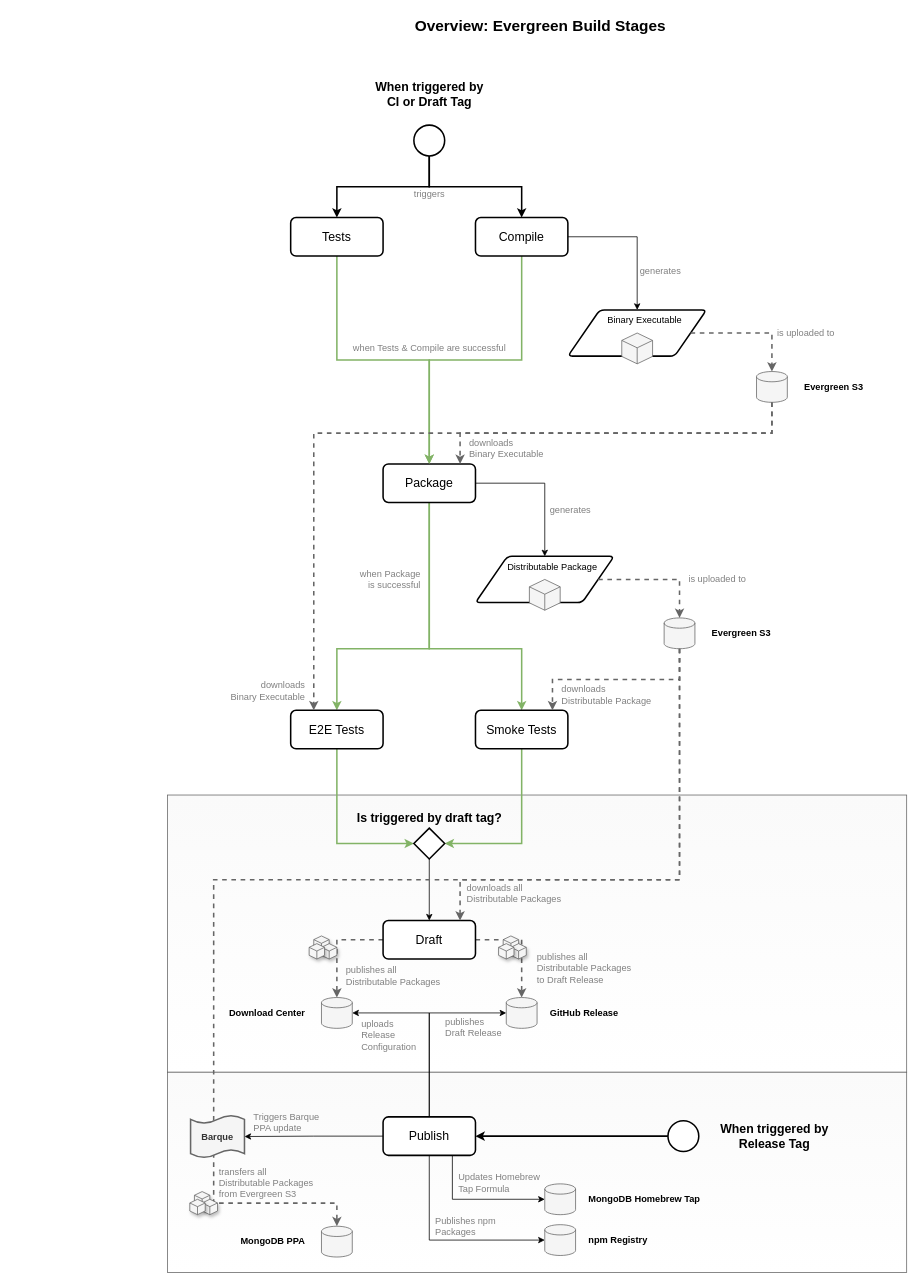
This is page "Evergreen Flow" (1 of 2) of packages/build/build-diagrams.drawio from mongodb-js/mongosh, a draw.io file, before an edit. Source tidied: cells renumbered, new cells numbered last; positions are measured from the earlier drawing's top-left corner, leaving out a move shared by most shapes. Both pictures are drawn from the tidied source at 77%, with x=0, y=0 at pixel (167, 13).
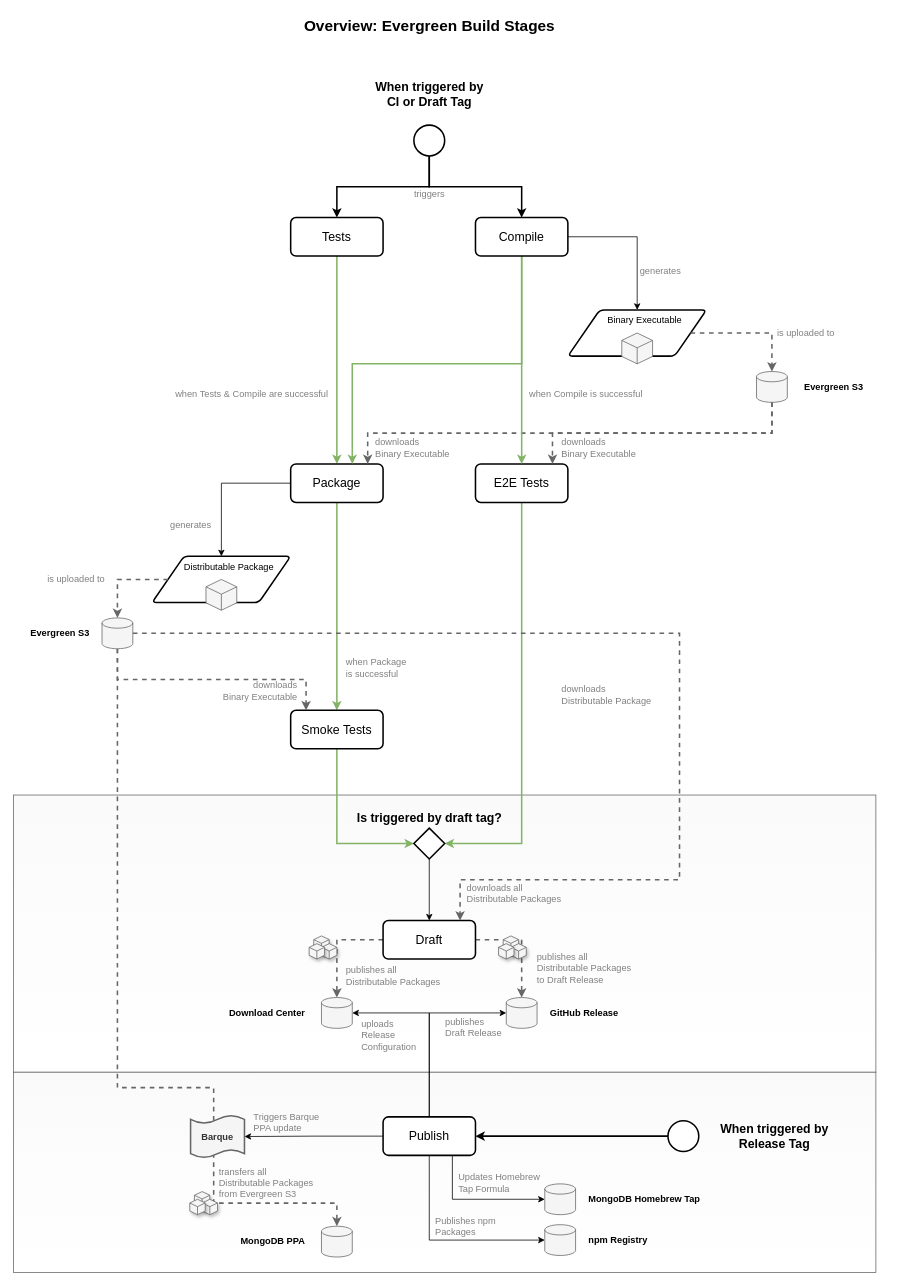
The same diagram, later.

Commit message (it also covers changes not shown here):
chore(build): add explicit E2E stage for all platforms

Unchanged cells that the change refers to:
```xml
<mxCell id="30" style="strokeWidth=2;html=1;shape=mxgraph.flowchart.decision;whiteSpace=wrap;fontSize=16;align=center;" parent="1" vertex="1">
  <mxGeometry x="320" y="1058" width="40" height="40" as="geometry" />
</mxCell>
<mxCell id="35" value="&amp;nbsp; &amp;nbsp; &amp;nbsp; Distributable Package" style="shape=parallelogram;html=1;strokeWidth=2;perimeter=parallelogramPerimeter;whiteSpace=wrap;rounded=1;arcSize=12;size=0.23;verticalAlign=top;align=center;" parent="34" vertex="1">
  <mxGeometry x="-10" width="180" height="60" as="geometry" />
</mxCell>
<mxCell id="44" style="strokeWidth=1;html=1;shape=mxgraph.flowchart.database;whiteSpace=wrap;fontSize=16;align=center;fillColor=#f5f5f5;strokeColor=#666666;fontColor=#333333;" parent="43" vertex="1">
  <mxGeometry x="25" y="30" width="40" height="40" as="geometry" />
</mxCell>
<mxCell id="47" value="&lt;span style=&quot;font-size: 16px;&quot;&gt;Compile&lt;/span&gt;" style="rounded=1;whiteSpace=wrap;html=1;absoluteArcSize=1;arcSize=14;strokeWidth=2;fontStyle=0;fontSize=16;" parent="1" vertex="1">
  <mxGeometry x="400" y="265" width="120" height="50" as="geometry" />
</mxCell>
<mxCell id="71" style="strokeWidth=1;html=1;shape=mxgraph.flowchart.database;whiteSpace=wrap;fontSize=16;align=center;fillColor=#f5f5f5;strokeColor=#666666;fontColor=#333333;" parent="69" vertex="1">
  <mxGeometry x="130" width="40" height="40" as="geometry" />
</mxCell>
```

What changed in the source:
```diff
@@
     <mxCell id="2" style="rounded=0;whiteSpace=wrap;html=1;shadow=0;strokeWidth=1;fontSize=16;align=right;glass=0;strokeColor=#666666;fontColor=#333333;fillColor=#FAFAFA;gradientColor=#ffffff;" parent="1" vertex="1">
-      <mxGeometry y="1015" width="960" height="360" as="geometry" />
+      <mxGeometry x="-200" y="1015" width="1120" height="360" as="geometry" />
     </mxCell>
     <mxCell id="3" style="rounded=0;whiteSpace=wrap;html=1;shadow=0;strokeWidth=1;fontSize=16;align=right;glass=0;strokeColor=#666666;fontColor=#333333;fillColor=#FAFAFA;gradientColor=#ffffff;" parent="1" vertex="1">
-      <mxGeometry y="1375" width="960" height="260" as="geometry" />
+      <mxGeometry x="-200" y="1375" width="1120" height="260" as="geometry" />
     </mxCell>
@@
     <mxCell id="8" style="edgeStyle=orthogonalEdgeStyle;rounded=0;jettySize=auto;html=1;fontSize=16;" parent="1" edge="1" source="11" target="35">
       <mxGeometry relative="1" as="geometry">
         <Array as="points">
-          <mxPoint x="490" y="610" />
+          <mxPoint x="70" y="610" />
         </Array>
       </mxGeometry>
     </mxCell>
-    <mxCell id="9" style="edgeStyle=orthogonalEdgeStyle;rounded=0;jettySize=auto;html=1;strokeColor=#82b366;strokeWidth=2;fillColor=#d5e8d4;fontSize=16;" parent="1" edge="1" source="11" target="13">
-      <mxGeometry relative="1" as="geometry">
-        <Array as="points">
-          <mxPoint x="340" y="825" />
-          <mxPoint x="220" y="825" />
-        </Array>
-      </mxGeometry>
-    </mxCell>
     <mxCell id="10" style="edgeStyle=orthogonalEdgeStyle;rounded=0;jettySize=auto;html=1;strokeColor=#82b366;strokeWidth=2;fillColor=#d5e8d4;fontSize=16;" parent="1" edge="1" source="11" target="15">
-      <mxGeometry relative="1" as="geometry">
-        <Array as="points">
-          <mxPoint x="340" y="825" />
-          <mxPoint x="460" y="825" />
-        </Array>
-      </mxGeometry>
+      <mxGeometry relative="1" as="geometry" />
     </mxCell>
     <mxCell id="11" value="&lt;span style=&quot;font-size: 16px;&quot;&gt;Package&lt;/span&gt;" style="rounded=1;whiteSpace=wrap;html=1;absoluteArcSize=1;arcSize=14;strokeWidth=2;fontStyle=0;fontSize=16;" parent="1" vertex="1">
-      <mxGeometry x="280" y="585" width="120" height="50" as="geometry" />
+      <mxGeometry x="160" y="585" width="120" height="50" as="geometry" />
     </mxCell>
     <mxCell id="12" style="edgeStyle=orthogonalEdgeStyle;rounded=0;jettySize=auto;html=1;strokeColor=#82b366;strokeWidth=2;fillColor=#d5e8d4;fontSize=16;" parent="1" edge="1" source="13" target="30">
       <mxGeometry relative="1" as="geometry">
         <Array as="points">
-          <mxPoint x="220" y="1078" />
+          <mxPoint x="460" y="1078" />
         </Array>
       </mxGeometry>
     </mxCell>
     <mxCell id="13" value="&lt;span style=&quot;font-size: 16px&quot;&gt;E2E Tests&lt;/span&gt;" style="rounded=1;whiteSpace=wrap;html=1;absoluteArcSize=1;arcSize=14;strokeWidth=2;fontStyle=0;fontSize=16;" parent="1" vertex="1">
-      <mxGeometry x="160" y="905" width="120" height="50" as="geometry" />
+      <mxGeometry x="400" y="585" width="120" height="50" as="geometry" />
     </mxCell>
     <mxCell id="14" style="edgeStyle=orthogonalEdgeStyle;rounded=0;jettySize=auto;html=1;strokeColor=#82b366;strokeWidth=2;fillColor=#d5e8d4;fontSize=16;" parent="1" edge="1" source="15" target="30">
       <mxGeometry relative="1" as="geometry">
         <Array as="points">
-          <mxPoint x="460" y="1078" />
+          <mxPoint x="220" y="1078" />
         </Array>
       </mxGeometry>
     </mxCell>
     <mxCell id="15" value="&lt;span style=&quot;font-size: 16px&quot;&gt;Smoke Tests&lt;/span&gt;" style="rounded=1;whiteSpace=wrap;html=1;absoluteArcSize=1;arcSize=14;strokeWidth=2;fontStyle=0;fontSize=16;" parent="1" vertex="1">
-      <mxGeometry x="400" y="905" width="120" height="50" as="geometry" />
+      <mxGeometry x="160" y="905" width="120" height="50" as="geometry" />
     </mxCell>
@@
     <mxCell id="31" style="edgeStyle=orthogonalEdgeStyle;rounded=0;jettySize=auto;html=1;fontSize=16;fillColor=#d5e8d4;strokeColor=#82b366;strokeWidth=2;" parent="1" edge="1" source="47" target="11">
-      <mxGeometry relative="1" as="geometry" />
+      <mxGeometry relative="1" as="geometry">
+        <Array as="points">
+          <mxPoint x="460" y="455" />
+          <mxPoint x="240" y="455" />
+        </Array>
+      </mxGeometry>
     </mxCell>
     <mxCell id="32" style="edgeStyle=orthogonalEdgeStyle;rounded=0;jettySize=auto;html=1;dashed=1;endArrow=classic;endFill=1;strokeColor=#666666;strokeWidth=2;fillColor=#f5f5f5;fontSize=12;" parent="1" edge="1" source="44" target="11">
       <mxGeometry relative="1" as="geometry">
         <Array as="points">
           <mxPoint x="785" y="545" />
-          <mxPoint x="380" y="545" />
+          <mxPoint x="260" y="545" />
         </Array>
       </mxGeometry>
     </mxCell>
@@
     <mxCell id="34" style="group;" parent="1" vertex="1">
-      <mxGeometry x="410" y="705" width="180" height="70" as="geometry" />
+      <mxGeometry x="-10" y="705" width="180" height="70" as="geometry" />
     </mxCell>
@@
-    <mxCell id="38" style="group;" parent="1" vertex="1">
-      <mxGeometry x="620" y="755" width="170" height="90" as="geometry" />
-    </mxCell>
-    <mxCell id="39" style="group;" parent="38" vertex="1">
-      <mxGeometry width="90" height="90" as="geometry" />
-    </mxCell>
-    <mxCell id="40" style="strokeWidth=1;html=1;shape=mxgraph.flowchart.database;whiteSpace=wrap;fontSize=16;align=center;fillColor=#f5f5f5;strokeColor=#666666;fontColor=#333333;" parent="39" vertex="1">
-      <mxGeometry x="25" y="30" width="40" height="40" as="geometry" />
-    </mxCell>
-    <mxCell id="41" value="Evergreen S3" style="text;html=1;align=center;verticalAlign=middle;fontSize=12;fontStyle=1;" parent="38" vertex="1">
-      <mxGeometry x="80" y="40" width="90" height="20" as="geometry" />
-    </mxCell>
@@
     <mxCell id="46" style="edgeStyle=orthogonalEdgeStyle;rounded=0;jettySize=auto;html=1;dashed=1;endFill=1;strokeColor=#666666;strokeWidth=2;fillColor=#f5f5f5;fontSize=12;" parent="1" edge="1" source="40" target="15">
       <mxGeometry relative="1" as="geometry">
         <Array as="points">
-          <mxPoint x="665" y="865" />
-          <mxPoint x="500" y="865" />
+          <mxPoint x="-65" y="865" />
+          <mxPoint x="180" y="865" />
         </Array>
       </mxGeometry>
     </mxCell>
+    <mxCell id="106" style="edgeStyle=orthogonalEdgeStyle;rounded=0;jettySize=auto;html=1;strokeColor=#82b366;strokeWidth=2;fillColor=#d5e8d4;fontSize=16;" parent="1" edge="1" source="47" target="13">
+      <mxGeometry relative="1" as="geometry" />
+    </mxCell>
@@
     <mxCell id="75" value="Overview: Evergreen Build Stages" style="text;html=1;align=center;verticalAlign=middle;fontSize=20;fontStyle=1;" parent="1" vertex="1">
-      <mxGeometry x="314" width="340" height="30" as="geometry" />
+      <mxGeometry x="170" width="340" height="30" as="geometry" />
     </mxCell>
@@
-    <mxCell id="77" value="when Tests &amp;amp; Compile are successful" style="text;html=1;align=center;verticalAlign=middle;fontSize=12;fontColor=#808080;" parent="1" vertex="1">
-      <mxGeometry x="235" y="425" width="210" height="20" as="geometry" />
+    <mxCell id="77" value="when Tests &amp;amp; Compile are successful" style="text;html=1;align=right;verticalAlign=middle;fontSize=12;fontColor=#808080;" parent="1" vertex="1">
+      <mxGeometry y="485" width="210" height="20" as="geometry" />
     </mxCell>
@@
     <mxCell id="79" value="downloads&lt;br&gt;Binary Executable" style="text;html=1;align=left;verticalAlign=middle;fontSize=12;fontColor=#808080;" parent="1" vertex="1">
-      <mxGeometry x="390" y="550" width="110" height="30" as="geometry" />
+      <mxGeometry x="268" y="549" width="110" height="30" as="geometry" />
     </mxCell>
     <mxCell id="80" value="generates" style="text;html=1;align=center;verticalAlign=middle;fontSize=12;fontColor=#808080;" parent="1" vertex="1">
-      <mxGeometry x="487.5" y="635" width="70" height="20" as="geometry" />
+      <mxGeometry x="-5" y="655" width="70" height="20" as="geometry" />
     </mxCell>
-    <mxCell id="81" value="is uploaded to" style="text;html=1;align=left;verticalAlign=middle;fontSize=12;fontColor=#808080;" parent="1" vertex="1">
-      <mxGeometry x="675" y="725" width="90" height="20" as="geometry" />
+    <mxCell id="81" value="is uploaded to" style="text;html=1;align=right;verticalAlign=middle;fontSize=12;fontColor=#808080;" parent="1" vertex="1">
+      <mxGeometry x="-170" y="725" width="90" height="20" as="geometry" />
     </mxCell>
@@
-    <mxCell id="83" value="when Package&lt;br&gt;is successful" style="text;html=1;align=right;verticalAlign=middle;fontSize=12;fontColor=#808080;" parent="1" vertex="1">
-      <mxGeometry x="240" y="720" width="90" height="30" as="geometry" />
+    <mxCell id="83" value="when Package&lt;br&gt;is successful" style="text;html=1;align=left;verticalAlign=middle;fontSize=12;fontColor=#808080;" parent="1" vertex="1">
+      <mxGeometry x="230" y="835" width="90" height="30" as="geometry" />
     </mxCell>
@@
-    <mxCell id="92" style="edgeStyle=orthogonalEdgeStyle;rounded=0;jettySize=auto;html=1;entryX=0.25;entryY=0;entryDx=0;entryDy=0;dashed=1;endFill=1;strokeColor=#666666;strokeWidth=2;fillColor=#f5f5f5;fontSize=12;" parent="1" edge="1" source="44" target="13">
+    <mxCell id="92" style="edgeStyle=orthogonalEdgeStyle;rounded=0;jettySize=auto;html=1;dashed=1;endFill=1;strokeColor=#666666;strokeWidth=2;fillColor=#f5f5f5;fontSize=12;" parent="1" edge="1" source="44" target="13">
       <mxGeometry relative="1" as="geometry">
         <Array as="points">
           <mxPoint x="785" y="545" />
-          <mxPoint x="190" y="545" />
+          <mxPoint x="500" y="545" />
         </Array>
       </mxGeometry>
     </mxCell>
     <mxCell id="93" value="downloads&lt;br&gt;Binary Executable" style="text;html=1;align=right;verticalAlign=middle;fontSize=12;fontColor=#808080;" parent="1" vertex="1">
-      <mxGeometry x="70" y="865" width="110" height="30" as="geometry" />
+      <mxGeometry x="60" y="865" width="110" height="30" as="geometry" />
     </mxCell>
@@
     <mxCell id="99" style="edgeStyle=orthogonalEdgeStyle;rounded=0;jettySize=auto;html=1;dashed=1;endFill=1;strokeColor=#666666;strokeWidth=2;fillColor=#f5f5f5;fontSize=12;" parent="1" edge="1" source="40" target="71">
       <mxGeometry relative="1" as="geometry">
         <Array as="points">
-          <mxPoint x="665" y="1125" />
-          <mxPoint x="60" y="1125" />
+          <mxPoint x="-65" y="1395" />
+          <mxPoint x="60" y="1395" />
           <mxPoint x="60" y="1545" />
           <mxPoint x="220" y="1545" />
         </Array>
       </mxGeometry>
     </mxCell>
@@
+    <mxCell id="107" style="group;" parent="1" vertex="1">
+      <mxGeometry x="-190" y="755" width="170" height="90" as="geometry" />
+    </mxCell>
+    <mxCell id="41" value="Evergreen S3" style="text;html=1;align=right;verticalAlign=middle;fontSize=12;fontStyle=1;" parent="107" vertex="1">
+      <mxGeometry y="40" width="90" height="20" as="geometry" />
+    </mxCell>
+    <mxCell id="39" style="group;" parent="107" vertex="1">
+      <mxGeometry x="80" width="90" height="90" as="geometry" />
+    </mxCell>
+    <mxCell id="40" style="strokeWidth=1;html=1;shape=mxgraph.flowchart.database;whiteSpace=wrap;fontSize=16;align=center;fillColor=#f5f5f5;strokeColor=#666666;fontColor=#333333;" parent="39" vertex="1">
+      <mxGeometry x="25" y="30" width="40" height="40" as="geometry" />
+    </mxCell>
+    <mxCell id="108" value="downloads&lt;br&gt;Binary Executable" style="text;html=1;align=left;verticalAlign=middle;fontSize=12;fontColor=#808080;" parent="1" vertex="1">
+      <mxGeometry x="510" y="549" width="110" height="30" as="geometry" />
+    </mxCell>
+    <mxCell id="109" value="when Compile is successful" style="text;html=1;align=left;verticalAlign=middle;fontSize=12;fontColor=#808080;" parent="1" vertex="1">
+      <mxGeometry x="467.5" y="485" width="160" height="20" as="geometry" />
+    </mxCell>
```
